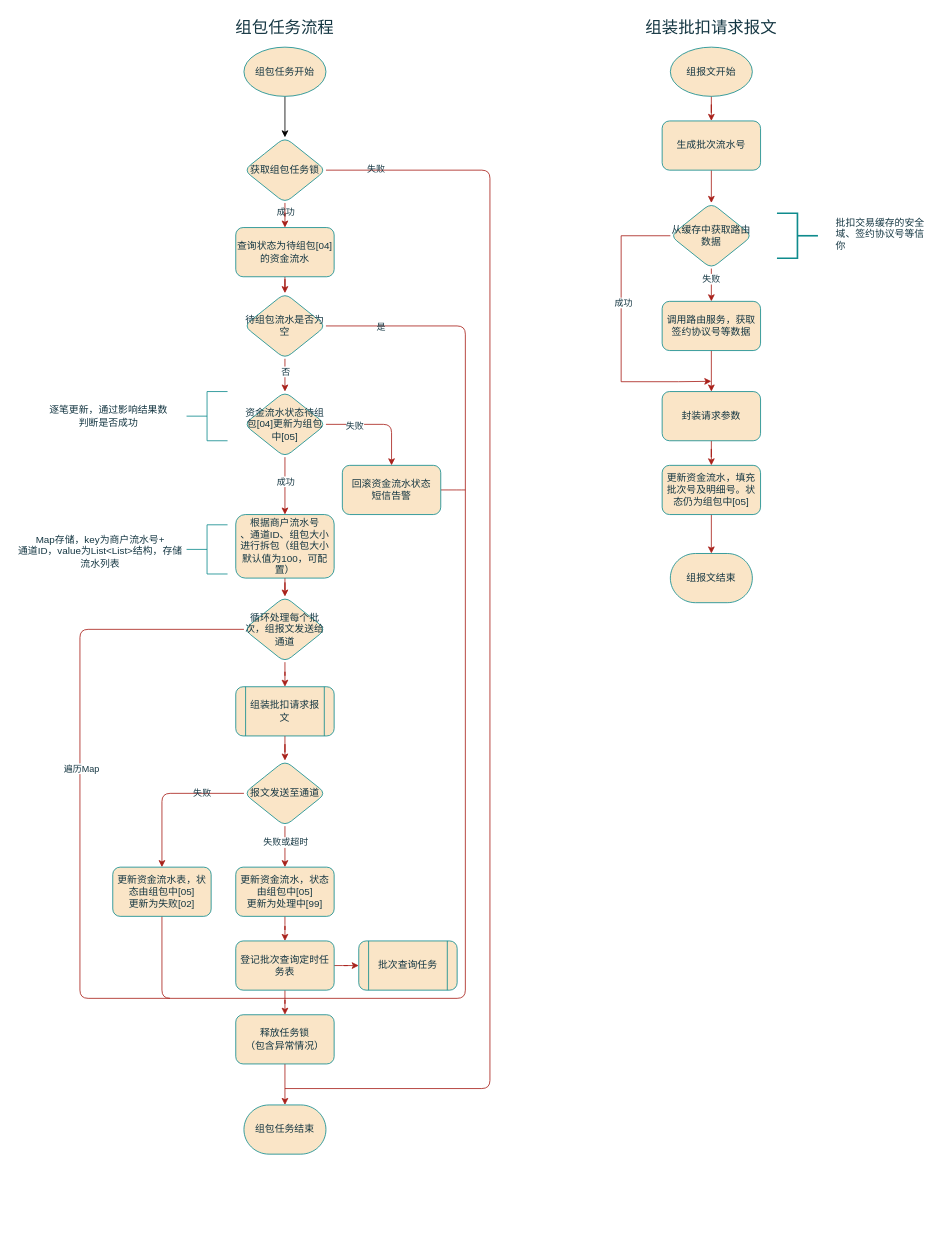
gaofv/draw keeps this draw.io diagram as page "批扣组包任务流程" (4 of 10) of 代收服务.drawio. Above is the earlier version. Source tidied: cells renumbered, new cells numbered last; positions are measured from the earlier drawing's top-left corner, leaving out a move shared by most shapes. Both pictures are drawn from the tidied source at 82%, with x=0, y=0 at pixel (14, 14).
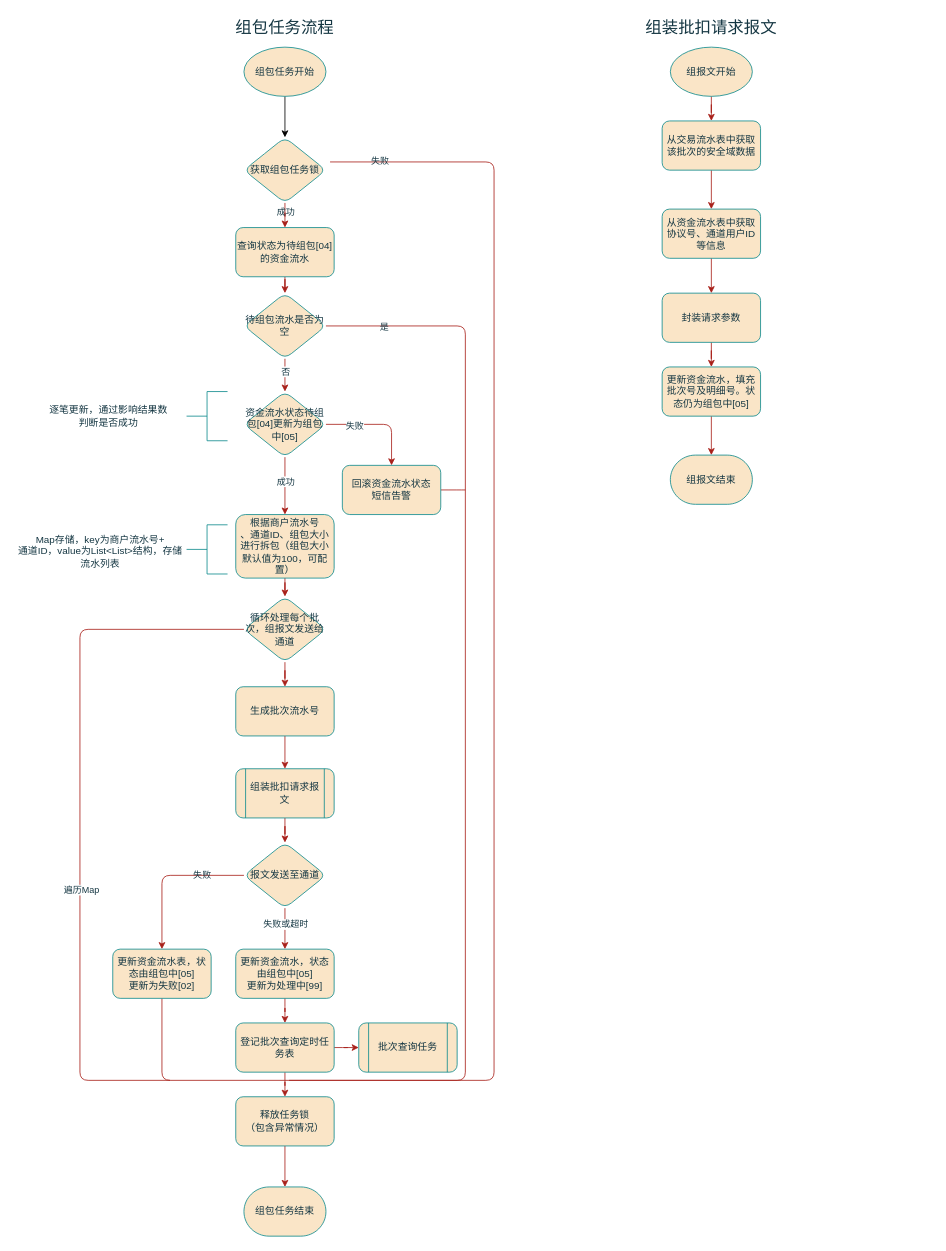
The same page after the edit.

The change refers to these unchanged cells:
```xml
<mxCell id="8" value="获取组包任务锁" style="rhombus;whiteSpace=wrap;html=1;strokeWidth=1;labelBackgroundColor=none;rounded=1;labelBorderColor=none;fillColor=#FAE5C7;strokeColor=#0F8B8D;fontColor=#143642;" parent="1" vertex="1">
  <mxGeometry x="280" y="150" width="100" height="80" as="geometry" />
</mxCell>
<mxCell id="15" value="待组包流水是否为空" style="rhombus;whiteSpace=wrap;html=1;strokeWidth=1;labelBackgroundColor=none;rounded=1;labelBorderColor=none;fillColor=#FAE5C7;strokeColor=#0F8B8D;fontColor=#143642;" parent="1" vertex="1">
  <mxGeometry x="280" y="340" width="100" height="80" as="geometry" />
</mxCell>
<mxCell id="49" value="循环处理每个批次，组报文发送给通道" style="rhombus;whiteSpace=wrap;html=1;strokeWidth=1;labelBackgroundColor=none;rounded=1;labelBorderColor=none;fillColor=#FAE5C7;strokeColor=#0F8B8D;fontColor=#143642;" parent="1" vertex="1">
  <mxGeometry x="280" y="710" width="100" height="80" as="geometry" />
</mxCell>
```

What changed in the source:
```diff
@@
-    <mxCell id="6" style="edgeStyle=orthogonalEdgeStyle;rounded=1;jettySize=auto;html=1;endArrow=none;endFill=0;labelBackgroundColor=none;strokeColor=#A8201A;fontColor=default;" parent="1" edge="1" source="8">
+    <mxCell id="6" style="edgeStyle=orthogonalEdgeStyle;rounded=1;orthogonalLoop=1;jettySize=auto;html=1;endArrow=none;endFill=0;labelBackgroundColor=none;strokeColor=#A8201A;fontColor=default;" parent="1" edge="1">
       <mxGeometry relative="1" as="geometry">
-        <mxPoint x="330" y="1310" as="targetPoint" />
+        <mxPoint x="385" y="180" as="sourcePoint" />
+        <mxPoint x="335" y="1300" as="targetPoint" />
         <Array as="points">
-          <mxPoint x="580" y="190" />
-          <mxPoint x="580" y="1310" />
-          <mxPoint x="330" y="1310" />
+          <mxPoint x="585" y="180" />
+          <mxPoint x="585" y="1300" />
+          <mxPoint x="335" y="1300" />
         </Array>
       </mxGeometry>
     </mxCell>
@@
     <mxCell id="11" style="edgeStyle=orthogonalEdgeStyle;rounded=1;jettySize=auto;html=1;endArrow=none;endFill=0;labelBackgroundColor=none;fontColor=default;labelBorderColor=none;strokeColor=#A8201A;exitX=1;exitY=0.5;exitDx=0;exitDy=0;" parent="1" edge="1" source="15">
       <mxGeometry relative="1" as="geometry">
-        <mxPoint x="330" y="1200" as="targetPoint" />
+        <mxPoint x="330" y="1300" as="targetPoint" />
         <Array as="points">
           <mxPoint x="550" y="380" />
-          <mxPoint x="550" y="1200" />
-          <mxPoint x="330" y="1200" />
+          <mxPoint x="550" y="1300" />
+          <mxPoint x="330" y="1300" />
         </Array>
       </mxGeometry>
     </mxCell>
@@
     <mxCell id="20" style="edgeStyle=orthogonalEdgeStyle;rounded=1;jettySize=auto;html=1;labelBackgroundColor=none;fontColor=default;labelBorderColor=none;strokeColor=#A8201A;" parent="1" edge="1" source="24" target="26">
       <mxGeometry relative="1" as="geometry">
         <Array as="points">
-          <mxPoint x="180" y="950" />
-          <mxPoint x="180" y="1060" />
+          <mxPoint x="180" y="1050" />
+          <mxPoint x="180" y="1160" />
         </Array>
       </mxGeometry>
     </mxCell>
@@
     <mxCell id="24" value="报文发送至通道" style="rhombus;whiteSpace=wrap;html=1;strokeWidth=1;labelBackgroundColor=none;rounded=1;labelBorderColor=none;fillColor=#FAE5C7;strokeColor=#0F8B8D;fontColor=#143642;" parent="1" vertex="1">
-      <mxGeometry x="280" y="910" width="100" height="80" as="geometry" />
+      <mxGeometry x="280" y="1010" width="100" height="80" as="geometry" />
     </mxCell>
     <mxCell id="25" style="edgeStyle=orthogonalEdgeStyle;rounded=1;jettySize=auto;html=1;strokeColor=#A8201A;fontColor=#143642;fillColor=#FAE5C7;endArrow=none;endFill=0;" parent="1" edge="1" source="26">
       <mxGeometry relative="1" as="geometry">
-        <mxPoint x="330" y="1200" as="targetPoint" />
+        <mxPoint x="330" y="1300" as="targetPoint" />
         <Array as="points">
-          <mxPoint x="180" y="1200" />
+          <mxPoint x="180" y="1300" />
         </Array>
       </mxGeometry>
     </mxCell>
     <mxCell id="26" value="更新资金流水表，状态由组包中[05]&lt;br&gt;更新为失败[02]" style="whiteSpace=wrap;html=1;strokeWidth=1;labelBackgroundColor=none;rounded=1;labelBorderColor=none;fillColor=#FAE5C7;strokeColor=#0F8B8D;fontColor=#143642;" parent="1" vertex="1">
-      <mxGeometry x="120" y="1040" width="120" height="60" as="geometry" />
+      <mxGeometry x="120" y="1140" width="120" height="60" as="geometry" />
     </mxCell>
@@
     <mxCell id="28" value="释放任务锁&lt;br&gt;（包含异常情况）" style="whiteSpace=wrap;html=1;strokeWidth=1;labelBackgroundColor=none;rounded=1;labelBorderColor=none;fillColor=#FAE5C7;strokeColor=#0F8B8D;fontColor=#143642;" parent="1" vertex="1">
-      <mxGeometry x="270" y="1220" width="120" height="60" as="geometry" />
+      <mxGeometry x="270" y="1320" width="120" height="60" as="geometry" />
     </mxCell>
@@
     <mxCell id="31" value="登记批次查询定时任务表" style="whiteSpace=wrap;html=1;strokeWidth=1;labelBackgroundColor=none;rounded=1;labelBorderColor=none;fillColor=#FAE5C7;strokeColor=#0F8B8D;fontColor=#143642;" parent="1" vertex="1">
-      <mxGeometry x="270" y="1130" width="120" height="60" as="geometry" />
+      <mxGeometry x="270" y="1230" width="120" height="60" as="geometry" />
     </mxCell>
     <mxCell id="32" value="批次查询任务" style="shape=process;whiteSpace=wrap;html=1;backgroundOutline=1;strokeWidth=1;labelBackgroundColor=none;rounded=1;labelBorderColor=none;fillColor=#FAE5C7;strokeColor=#0F8B8D;fontColor=#143642;" parent="1" vertex="1">
-      <mxGeometry x="420" y="1130" width="120" height="60" as="geometry" />
+      <mxGeometry x="420" y="1230" width="120" height="60" as="geometry" />
     </mxCell>
     <mxCell id="33" value="组包任务结束" style="strokeWidth=1;html=1;shape=mxgraph.flowchart.terminator;whiteSpace=wrap;labelBackgroundColor=none;rounded=1;labelBorderColor=none;fillColor=#FAE5C7;strokeColor=#0F8B8D;fontColor=#143642;" parent="1" vertex="1">
-      <mxGeometry x="280" y="1330" width="100" height="60" as="geometry" />
+      <mxGeometry x="280" y="1430" width="100" height="60" as="geometry" />
     </mxCell>
@@
     <mxCell id="36" value="更新资金流水，状态&lt;br&gt;由组包中[05]&lt;br&gt;更新为处理中[99]" style="whiteSpace=wrap;html=1;strokeWidth=1;labelBackgroundColor=none;rounded=1;labelBorderColor=none;fillColor=#FAE5C7;strokeColor=#0F8B8D;fontColor=#143642;" parent="1" vertex="1">
-      <mxGeometry x="270" y="1040" width="120" height="60" as="geometry" />
+      <mxGeometry x="270" y="1140" width="120" height="60" as="geometry" />
     </mxCell>
@@
-    <mxCell id="46" style="edgeStyle=orthogonalEdgeStyle;rounded=1;jettySize=auto;html=1;strokeColor=#A8201A;fontColor=#143642;fillColor=#FAE5C7;entryX=0.5;entryY=0;entryDx=0;entryDy=0;" parent="1" edge="1" source="49" target="51">
-      <mxGeometry relative="1" as="geometry" />
-    </mxCell>
     <mxCell id="47" style="edgeStyle=orthogonalEdgeStyle;rounded=1;jettySize=auto;html=1;strokeColor=#A8201A;fontColor=#143642;fillColor=#FAE5C7;endArrow=none;endFill=0;" parent="1" edge="1" source="49">
       <mxGeometry relative="1" as="geometry">
-        <mxPoint x="190" y="1200" as="targetPoint" />
+        <mxPoint x="190" y="1300" as="targetPoint" />
         <Array as="points">
           <mxPoint x="80" y="750" />
-          <mxPoint x="80" y="1200" />
+          <mxPoint x="80" y="1300" />
+          <mxPoint x="190" y="1300" />
         </Array>
       </mxGeometry>
     </mxCell>
     <mxCell id="48" value="遍历Map" style="edgeLabel;html=1;align=center;verticalAlign=middle;fontColor=#143642;" parent="47" vertex="1">
-      <mxGeometry x="-0.03" y="1" relative="1" as="geometry" />
+      <mxGeometry x="-0.03" y="1" relative="1" as="geometry">
+        <mxPoint y="100" as="offset" />
+      </mxGeometry>
     </mxCell>
+    <mxCell id="71" style="edgeStyle=orthogonalEdgeStyle;rounded=0;jettySize=auto;html=1;strokeColor=#A8201A;fontColor=#143642;fillColor=#FAE5C7;" parent="1" edge="1" source="49" target="74">
+      <mxGeometry relative="1" as="geometry" />
+    </mxCell>
@@
     <mxCell id="51" value="组装批扣请求报文" style="shape=process;whiteSpace=wrap;html=1;backgroundOutline=1;strokeWidth=1;labelBackgroundColor=none;rounded=1;labelBorderColor=none;fillColor=#FAE5C7;strokeColor=#0F8B8D;fontColor=#143642;" parent="1" vertex="1">
-      <mxGeometry x="270" y="820" width="120" height="60" as="geometry" />
+      <mxGeometry x="270" y="920" width="120" height="60" as="geometry" />
     </mxCell>
@@
-    <mxCell id="55" style="edgeStyle=orthogonalEdgeStyle;rounded=0;jettySize=auto;html=1;strokeColor=#A8201A;fontColor=#143642;fillColor=#FAE5C7;entryX=0.5;entryY=0;entryDx=0;entryDy=0;" parent="1" edge="1" source="56" target="61">
-      <mxGeometry relative="1" as="geometry" />
-    </mxCell>
+    <mxCell id="72" style="edgeStyle=orthogonalEdgeStyle;rounded=0;jettySize=auto;html=1;strokeColor=#A8201A;fontColor=#143642;fillColor=#FAE5C7;" parent="1" edge="1" source="56" target="76">
+      <mxGeometry relative="1" as="geometry" />
+    </mxCell>
-    <mxCell id="56" value="生成批次流水号" style="whiteSpace=wrap;html=1;fillColor=#FAE5C7;strokeColor=#0F8B8D;fontColor=#143642;strokeWidth=1;labelBackgroundColor=none;rounded=1;labelBorderColor=none;" parent="1" vertex="1">
+    <mxCell id="56" value="从交易流水表中获取该批次的安全域数据" style="whiteSpace=wrap;html=1;fillColor=#FAE5C7;strokeColor=#0F8B8D;fontColor=#143642;strokeWidth=1;labelBackgroundColor=none;rounded=1;labelBorderColor=none;" parent="1" vertex="1">
       <mxGeometry x="790" y="130" width="120" height="60" as="geometry" />
     </mxCell>
-    <mxCell id="57" style="edgeStyle=orthogonalEdgeStyle;rounded=0;jettySize=auto;html=1;strokeColor=#A8201A;fontColor=#143642;fillColor=#FAE5C7;" parent="1" edge="1" source="61" target="63">
-      <mxGeometry relative="1" as="geometry" />
-    </mxCell>
-    <mxCell id="58" value="失败" style="edgeLabel;html=1;align=center;verticalAlign=middle;fontColor=#143642;" parent="57" vertex="1">
-      <mxGeometry x="-0.4" y="-1" relative="1" as="geometry" />
-    </mxCell>
-    <mxCell id="59" style="edgeStyle=orthogonalEdgeStyle;rounded=0;jettySize=auto;html=1;strokeColor=#A8201A;fontColor=#143642;fillColor=#FAE5C7;exitX=0;exitY=0.5;exitDx=0;exitDy=0;" parent="1" edge="1" source="61">
-      <mxGeometry relative="1" as="geometry">
-        <mxPoint x="850" y="447.5" as="targetPoint" />
-        <Array as="points">
-          <mxPoint x="740" y="270" />
-          <mxPoint x="740" y="448" />
-          <mxPoint x="810" y="448" />
-        </Array>
-      </mxGeometry>
-    </mxCell>
-    <mxCell id="60" value="成功" style="edgeLabel;html=1;align=center;verticalAlign=middle;fontColor=#143642;" parent="59" vertex="1">
-      <mxGeometry x="-0.19" y="2" relative="1" as="geometry" />
-    </mxCell>
-    <mxCell id="61" value="从缓存中获取路由数据" style="rhombus;whiteSpace=wrap;html=1;strokeWidth=1;labelBackgroundColor=none;rounded=1;labelBorderColor=none;fillColor=#FAE5C7;strokeColor=#0F8B8D;fontColor=#143642;" parent="1" vertex="1">
-      <mxGeometry x="800" y="230" width="100" height="80" as="geometry" />
-    </mxCell>
-    <mxCell id="62" style="edgeStyle=orthogonalEdgeStyle;rounded=0;jettySize=auto;html=1;strokeColor=#A8201A;fontColor=#143642;fillColor=#FAE5C7;" parent="1" edge="1" source="63" target="69">
-      <mxGeometry relative="1" as="geometry" />
-    </mxCell>
-    <mxCell id="63" value="调用路由服务，获取签约协议号等数据" style="whiteSpace=wrap;html=1;fillColor=#FAE5C7;strokeColor=#0F8B8D;fontColor=#143642;strokeWidth=1;labelBackgroundColor=none;rounded=1;labelBorderColor=none;" parent="1" vertex="1">
-      <mxGeometry x="790" y="350" width="120" height="60" as="geometry" />
-    </mxCell>
-    <mxCell id="64" style="strokeWidth=2;html=1;shape=mxgraph.flowchart.annotation_2;align=left;labelPosition=right;strokeColor=#0F8B8D;fontColor=#143642;fillColor=#FAE5C7;direction=west;labelBackgroundColor=none;" parent="1" vertex="1">
-      <mxGeometry x="930" y="242.5" width="50" height="55" as="geometry" />
-    </mxCell>
-    <mxCell id="65" value="批扣交易缓存的安全域、签约协议号等信你" style="text;html=1;strokeColor=none;fillColor=none;align=left;verticalAlign=middle;whiteSpace=wrap;rounded=0;fontColor=#143642;labelBackgroundColor=none;" parent="1" vertex="1">
-      <mxGeometry x="1000" y="256.5" width="120" height="22" as="geometry" />
-    </mxCell>
@@
     <mxCell id="67" value="更新资金流水，填充批次号及明细号。状态仍为组包中[05]" style="whiteSpace=wrap;html=1;fillColor=#FAE5C7;strokeColor=#0F8B8D;fontColor=#143642;strokeWidth=1;labelBackgroundColor=none;rounded=1;labelBorderColor=none;" parent="1" vertex="1">
-      <mxGeometry x="790" y="550" width="120" height="60" as="geometry" />
+      <mxGeometry x="790" y="430" width="120" height="60" as="geometry" />
     </mxCell>
@@
     <mxCell id="69" value="封装请求参数" style="whiteSpace=wrap;html=1;fillColor=#FAE5C7;strokeColor=#0F8B8D;fontColor=#143642;strokeWidth=1;labelBackgroundColor=none;rounded=1;labelBorderColor=none;" parent="1" vertex="1">
-      <mxGeometry x="790" y="460" width="120" height="60" as="geometry" />
+      <mxGeometry x="790" y="340" width="120" height="60" as="geometry" />
     </mxCell>
     <mxCell id="70" value="组报文结束" style="strokeWidth=1;html=1;shape=mxgraph.flowchart.terminator;whiteSpace=wrap;labelBackgroundColor=none;rounded=1;labelBorderColor=none;fillColor=#FAE5C7;strokeColor=#0F8B8D;fontColor=#143642;" parent="1" vertex="1">
-      <mxGeometry x="800" y="657.5" width="100" height="60" as="geometry" />
+      <mxGeometry x="800" y="537.5" width="100" height="60" as="geometry" />
     </mxCell>
+    <mxCell id="73" style="edgeStyle=orthogonalEdgeStyle;rounded=0;jettySize=auto;html=1;strokeColor=#A8201A;fontColor=#143642;fillColor=#FAE5C7;" parent="1" edge="1" source="74" target="51">
+      <mxGeometry relative="1" as="geometry" />
+    </mxCell>
+    <mxCell id="74" value="生成批次流水号" style="whiteSpace=wrap;html=1;fillColor=#FAE5C7;strokeColor=#0F8B8D;fontColor=#143642;strokeWidth=1;labelBackgroundColor=none;rounded=1;labelBorderColor=none;" parent="1" vertex="1">
+      <mxGeometry x="270" y="820" width="120" height="60" as="geometry" />
+    </mxCell>
+    <mxCell id="75" style="edgeStyle=orthogonalEdgeStyle;rounded=0;jettySize=auto;html=1;strokeColor=#A8201A;fontColor=#143642;fillColor=#FAE5C7;" parent="1" edge="1" source="76" target="69">
+      <mxGeometry relative="1" as="geometry" />
+    </mxCell>
+    <mxCell id="76" value="从资金流水表中获取协议号、通道用户ID等信息" style="whiteSpace=wrap;html=1;fillColor=#FAE5C7;strokeColor=#0F8B8D;fontColor=#143642;strokeWidth=1;labelBackgroundColor=none;rounded=1;labelBorderColor=none;" parent="1" vertex="1">
+      <mxGeometry x="790" y="237.5" width="120" height="60" as="geometry" />
+    </mxCell>
```
